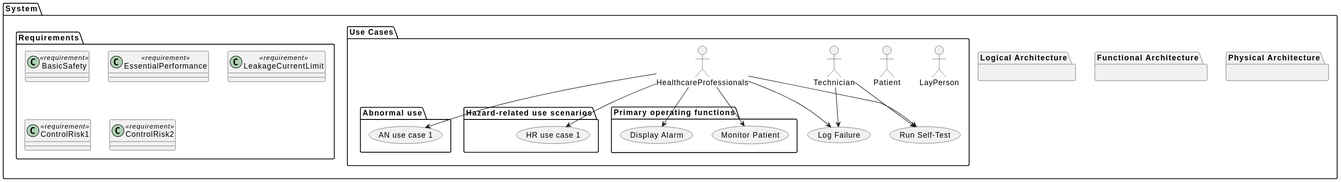
evolunis/openQMS keeps this PlantUML diagram as 2. Design and Development/Products/GED - Generic Device/DHF/TD-GED-1XX Product Level/TD-GEN-101 SysML Model.svg. Above is the earlier version.
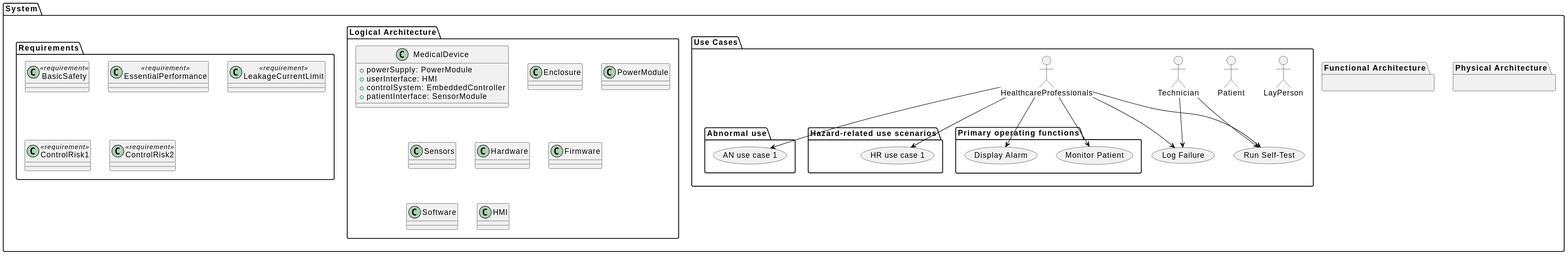
Above is the later version.

Commit message:
Add logical elements

Diff of the diagram source:
```diff
@@ -12,6 +12,21 @@
 }
 
 package "Logical Architecture" {
+
+class MedicalDevice {
+    + powerSupply: PowerModule
+    + userInterface: HMI
+    + controlSystem: EmbeddedController
+    + patientInterface: SensorModule
+}
+
+class Enclosure
+class PowerModule
+class Sensors
+class Hardware
+class Firmware
+class Software
+class HMI
 
 }
 
```
